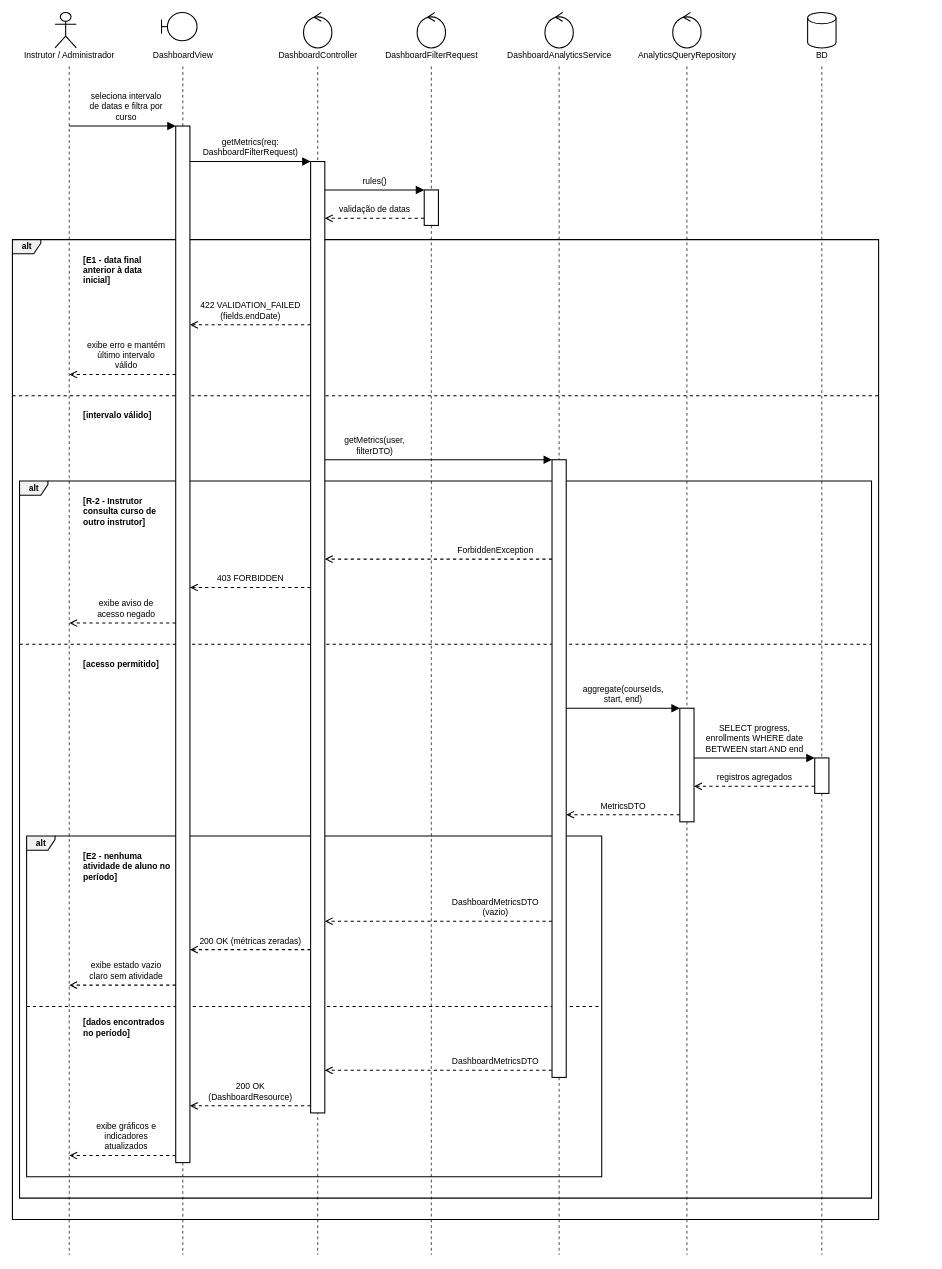
This is especificacao/diagramas/14-sequencia-uc007.drawio from Plataforma-de-Cursos-TCC/plataforma-cursos-docs, a draw.io file, before an edit. Source tidied: cells renumbered, new cells numbered last; positions are measured from the earlier drawing's top-left corner, leaving out a move shared by most shapes. Both pictures are drawn from the tidied source at 71%, with x=0, y=0 at pixel (12, 12).
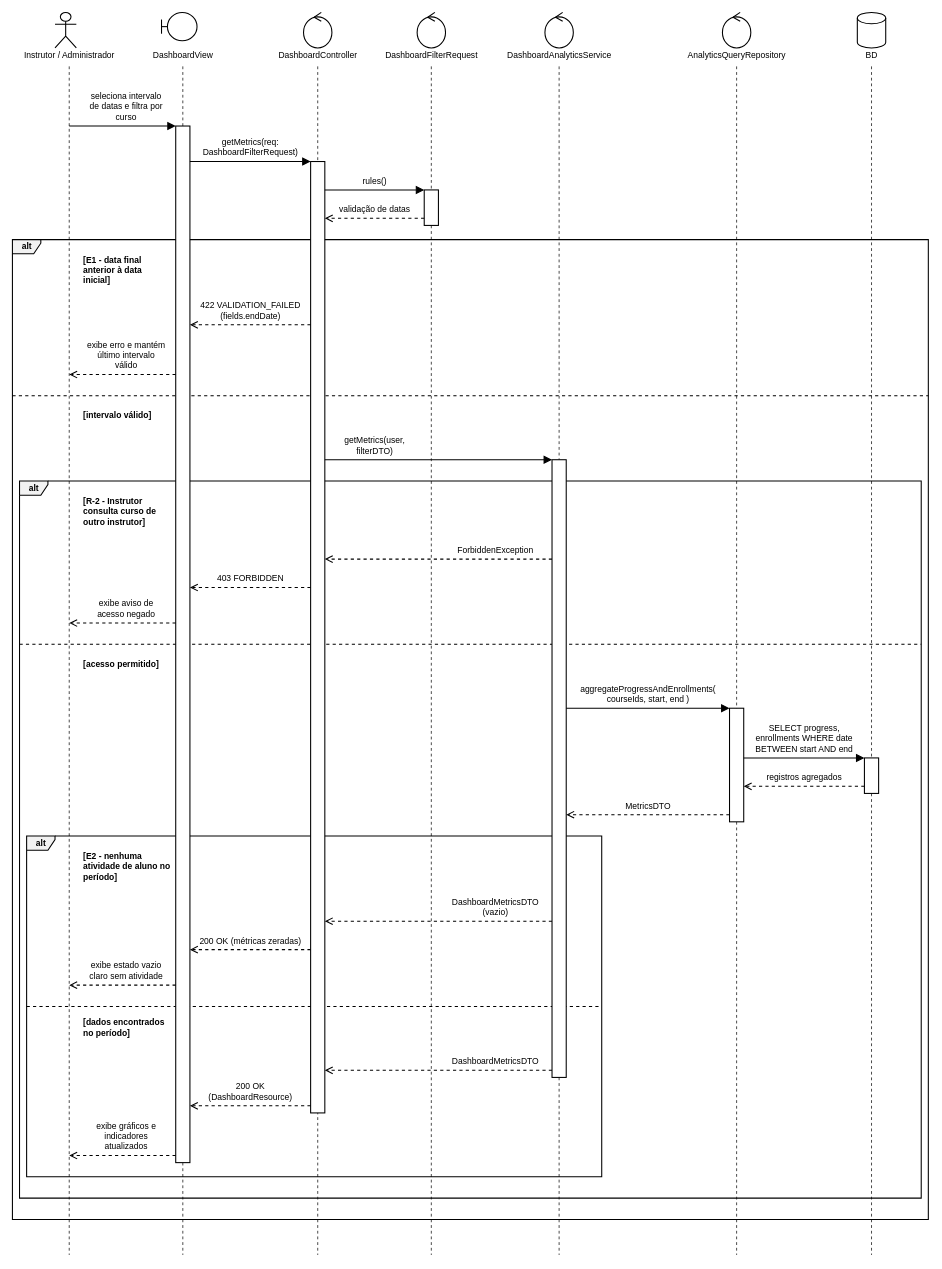
Above is the later version.

Commit message (it also covers changes not shown here):
fix(sequencia): align sequence diagram messages with item 13 and clarify #123

Address review findings in item 14:
- Update UC007 sequence message to aggregateProgressAndEnrollments to match item 13.
- Clarify in area-d.md that group decision assigns 409 CONFLICT to blocked deletions while unindexed lesson interactions use LESSON_NOT_INDEXED.
- Regenerate UC007 draw.io diagram and export PNG.

Refs #104, #123

The edit, as a diff of the source:
```diff
@@
     <mxCell id="4" value="alt" style="shape=umlFrame;html=1;width=40;height=20;fillColor=#F2F2F2;swimlaneFillColor=none;fontStyle=1;strokeColor=#000000;strokeWidth=1.5;fontFamily=Helvetica;fontSize=12;fontColor=#000000;" parent="1" vertex="1">
-      <mxGeometry x="10" y="660" width="1200" height="1010" as="geometry" />
+      <mxGeometry x="10" y="660" width="1270" height="1010" as="geometry" />
     </mxCell>
     <mxCell id="5" style="html=1;rounded=0;endArrow=none;dashed=1;strokeColor=#000000;strokeWidth=1.5;" parent="1" edge="1">
       <mxGeometry relative="1" as="geometry">
         <mxPoint x="10" y="890" as="sourcePoint" />
-        <mxPoint x="1210" y="890" as="targetPoint" />
+        <mxPoint x="1280" y="890" as="targetPoint" />
       </mxGeometry>
     </mxCell>
     <mxCell id="6" value="alt" style="shape=umlFrame;html=1;width=40;height=20;fillColor=#F2F2F2;swimlaneFillColor=none;fontStyle=1;strokeColor=#000000;strokeWidth=1.5;fontFamily=Helvetica;fontSize=12;fontColor=#000000;" parent="1" vertex="1">
-      <mxGeometry y="320" width="1220" height="1380" as="geometry" />
+      <mxGeometry y="320" width="1290" height="1380" as="geometry" />
     </mxCell>
     <mxCell id="7" style="html=1;rounded=0;endArrow=none;dashed=1;strokeColor=#000000;strokeWidth=1.5;" parent="1" edge="1">
       <mxGeometry relative="1" as="geometry">
         <mxPoint y="540" as="sourcePoint" />
-        <mxPoint x="1220" y="540" as="targetPoint" />
+        <mxPoint x="1290" y="540" as="targetPoint" />
       </mxGeometry>
     </mxCell>
@@
     <mxCell id="13" style="shape=umlControl;html=1;fillColor=#FFFFFF;strokeColor=#000000;strokeWidth=1.5;fontFamily=Helvetica;fontSize=12;fontColor=#000000;" parent="1" vertex="1">
-      <mxGeometry x="930" width="40" height="50" as="geometry" />
+      <mxGeometry x="1000" width="40" height="50" as="geometry" />
     </mxCell>
     <mxCell id="14" style="shape=cylinder3;size=8;boundedLbl=1;html=1;fillColor=#FFFFFF;strokeColor=#000000;strokeWidth=1.5;fontFamily=Helvetica;fontSize=12;fontColor=#000000;" parent="1" vertex="1">
-      <mxGeometry x="1120" width="40" height="50" as="geometry" />
+      <mxGeometry x="1190" width="40" height="50" as="geometry" />
     </mxCell>
@@
     <mxCell id="20" style="html=1;rounded=0;endArrow=none;dashed=1;dashPattern=4 4;strokeColor=#000000;strokeWidth=1;" parent="1" edge="1">
       <mxGeometry relative="1" as="geometry">
-        <mxPoint x="950" y="76" as="sourcePoint" />
-        <mxPoint x="950" y="1750" as="targetPoint" />
+        <mxPoint x="1020" y="76" as="sourcePoint" />
+        <mxPoint x="1020" y="1750" as="targetPoint" />
       </mxGeometry>
     </mxCell>
     <mxCell id="21" style="html=1;rounded=0;endArrow=none;dashed=1;dashPattern=4 4;strokeColor=#000000;strokeWidth=1;" parent="1" edge="1">
       <mxGeometry relative="1" as="geometry">
-        <mxPoint x="1140" y="76" as="sourcePoint" />
-        <mxPoint x="1140" y="1750" as="targetPoint" />
+        <mxPoint x="1210" y="76" as="sourcePoint" />
+        <mxPoint x="1210" y="1750" as="targetPoint" />
       </mxGeometry>
     </mxCell>
@@
     <mxCell id="23" style="html=1;fillColor=#FFFFFF;strokeColor=#000000;strokeWidth=1.5;" parent="1" vertex="1">
-      <mxGeometry x="1130" y="1050" width="20" height="50" as="geometry" />
+      <mxGeometry x="1200" y="1050" width="20" height="50" as="geometry" />
     </mxCell>
     <mxCell id="24" style="html=1;fillColor=#FFFFFF;strokeColor=#000000;strokeWidth=1.5;" parent="1" vertex="1">
-      <mxGeometry x="940" y="980" width="20" height="160" as="geometry" />
+      <mxGeometry x="1010" y="980" width="20" height="160" as="geometry" />
     </mxCell>
@@
     <mxCell id="38" style="html=1;rounded=0;strokeColor=#000000;strokeWidth=1.5;endArrow=block;endFill=1;endSize=8;" parent="1" edge="1">
       <mxGeometry relative="1" as="geometry">
         <mxPoint x="780" y="980" as="sourcePoint" />
-        <mxPoint x="940" y="980" as="targetPoint" />
+        <mxPoint x="1010" y="980" as="targetPoint" />
       </mxGeometry>
     </mxCell>
     <mxCell id="39" style="html=1;rounded=0;strokeColor=#000000;strokeWidth=1.5;endArrow=block;endFill=1;endSize=8;" parent="1" edge="1">
       <mxGeometry relative="1" as="geometry">
-        <mxPoint x="960" y="1050" as="sourcePoint" />
-        <mxPoint x="1130" y="1050" as="targetPoint" />
+        <mxPoint x="1030" y="1050" as="sourcePoint" />
+        <mxPoint x="1200" y="1050" as="targetPoint" />
       </mxGeometry>
     </mxCell>
     <mxCell id="40" style="html=1;rounded=0;strokeColor=#000000;strokeWidth=1.5;dashed=1;endArrow=open;endSize=8;" parent="1" edge="1">
       <mxGeometry relative="1" as="geometry">
-        <mxPoint x="1130" y="1090" as="sourcePoint" />
-        <mxPoint x="960" y="1090" as="targetPoint" />
+        <mxPoint x="1200" y="1090" as="sourcePoint" />
+        <mxPoint x="1030" y="1090" as="targetPoint" />
       </mxGeometry>
     </mxCell>
     <mxCell id="41" style="html=1;rounded=0;strokeColor=#000000;strokeWidth=1.5;dashed=1;endArrow=open;endSize=8;" parent="1" edge="1">
       <mxGeometry relative="1" as="geometry">
-        <mxPoint x="940" y="1130" as="sourcePoint" />
+        <mxPoint x="1010" y="1130" as="sourcePoint" />
         <mxPoint x="780" y="1130" as="targetPoint" />
       </mxGeometry>
     </mxCell>
@@
     <mxCell id="53" value="AnalyticsQueryRepository" style="text;html=1;strokeColor=none;fillColor=none;align=center;verticalAlign=middle;spacing=0;fontFamily=Helvetica;fontSize=12;fontColor=#000000;" parent="1" vertex="1">
-      <mxGeometry x="870" y="50" width="160" height="20" as="geometry" />
+      <mxGeometry x="940" y="50" width="160" height="20" as="geometry" />
     </mxCell>
     <mxCell id="54" value="BD" style="text;html=1;strokeColor=none;fillColor=none;align=center;verticalAlign=middle;spacing=0;fontFamily=Helvetica;fontSize=12;fontColor=#000000;" parent="1" vertex="1">
-      <mxGeometry x="1120" y="50" width="40" height="20" as="geometry" />
+      <mxGeometry x="1190" y="50" width="40" height="20" as="geometry" />
     </mxCell>
@@
-    <mxCell id="69" value="aggregate(courseIds,&lt;br&gt;start, end)" style="text;html=1;strokeColor=none;fillColor=none;verticalAlign=bottom;spacing=0;spacingBottom=5;align=center;fontFamily=Helvetica;fontSize=12;fontColor=#000000;" parent="1" vertex="1">
-      <mxGeometry x="790" y="940" width="140" height="40" as="geometry" />
+    <mxCell id="69" value="aggregateProgressAndEnrollments(&lt;br&gt;courseIds, start, end )" style="text;html=1;strokeColor=none;fillColor=none;verticalAlign=bottom;spacing=0;spacingBottom=5;align=center;fontFamily=Helvetica;fontSize=12;fontColor=#000000;" parent="1" vertex="1">
+      <mxGeometry x="790" y="940" width="210" height="40" as="geometry" />
     </mxCell>
     <mxCell id="70" value="SELECT progress,&lt;br&gt;enrollments WHERE date&lt;br&gt;BETWEEN start AND end" style="text;html=1;strokeColor=none;fillColor=none;verticalAlign=bottom;spacing=0;spacingBottom=5;align=center;fontFamily=Helvetica;fontSize=12;fontColor=#000000;" parent="1" vertex="1">
-      <mxGeometry x="970" y="990" width="150" height="60" as="geometry" />
+      <mxGeometry x="1040" y="990" width="150" height="60" as="geometry" />
     </mxCell>
     <mxCell id="71" value="registros agregados" style="text;html=1;strokeColor=none;fillColor=none;verticalAlign=bottom;spacing=0;spacingBottom=5;align=center;fontFamily=Helvetica;fontSize=12;fontColor=#000000;" parent="1" vertex="1">
-      <mxGeometry x="970" y="1060" width="150" height="30" as="geometry" />
+      <mxGeometry x="1040" y="1060" width="150" height="30" as="geometry" />
     </mxCell>
     <mxCell id="72" value="MetricsDTO" style="text;html=1;strokeColor=none;fillColor=none;verticalAlign=bottom;spacing=0;spacingBottom=5;align=center;fontFamily=Helvetica;fontSize=12;fontColor=#000000;" parent="1" vertex="1">
-      <mxGeometry x="790" y="1100" width="140" height="30" as="geometry" />
+      <mxGeometry x="790" y="1100" width="210" height="30" as="geometry" />
     </mxCell>
```
